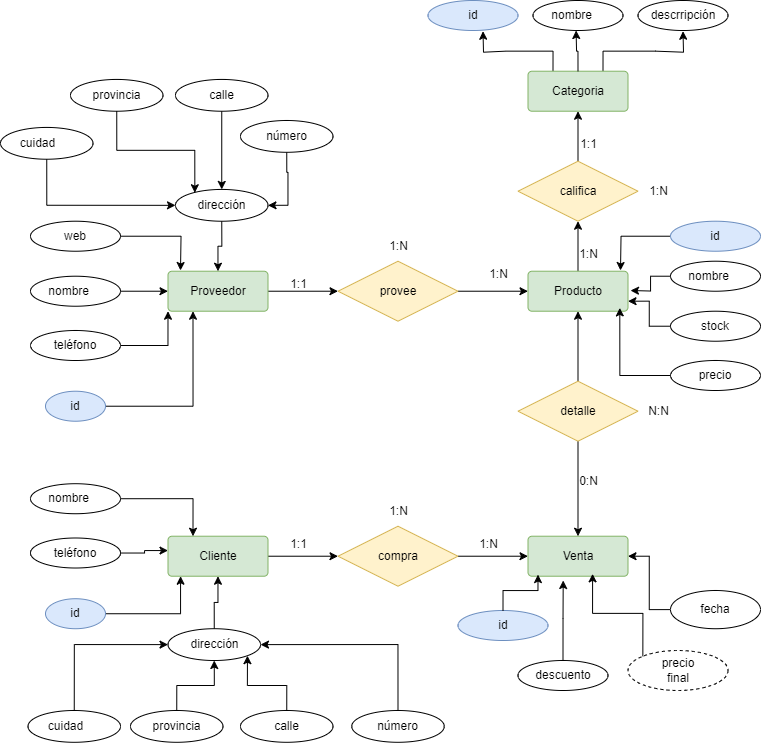
The draw.io diagram Ejercicio2/Ejercicio2-2/ejercicio2.2.drawio.png in SaulHdez93/BAE, before a commit. Source tidied: cells renumbered, new cells last; positions are measured from the earlier drawing's top-left corner, leaving out a move shared by most shapes.
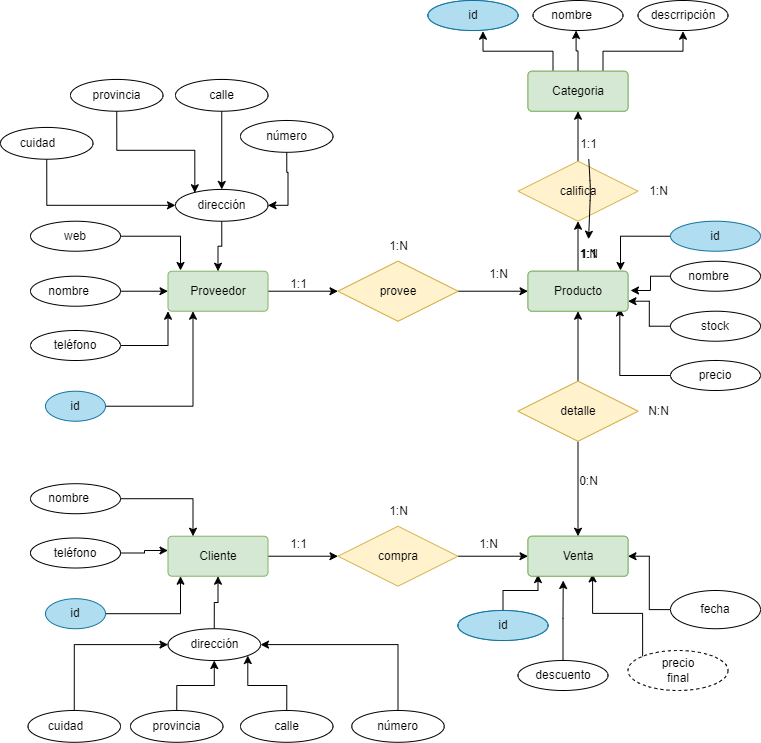
Above is the later version.

Diff of the diagram source:
```diff
@@ -11,13 +11,13 @@
     <mxCell id="4" style="edgeStyle=orthogonalEdgeStyle;rounded=0;jettySize=auto;html=1;" parent="1" edge="1" source="5" target="18">
       <mxGeometry relative="1" as="geometry" />
     </mxCell>
-    <mxCell id="5" value="Proveedor" style="rounded=1;arcSize=10;whiteSpace=wrap;html=1;align=center;fillColor=#d5e8d4;strokeColor=#82b366;" parent="1" vertex="1">
+    <mxCell id="5" value="Proveedor" style="rounded=1;arcSize=10;whiteSpace=wrap;html=1;align=center;fillColor=#d5e8d4;strokeColor=#82b366;fontColor=#000000;" parent="1" vertex="1">
       <mxGeometry x="167.5" y="270.7" width="100" height="40" as="geometry" />
     </mxCell>
     <mxCell id="6" style="edgeStyle=orthogonalEdgeStyle;rounded=0;jettySize=auto;html=1;" parent="1" edge="1" source="7" target="20">
       <mxGeometry relative="1" as="geometry" />
     </mxCell>
-    <mxCell id="7" value="Cliente" style="rounded=1;arcSize=10;whiteSpace=wrap;html=1;align=center;fillColor=#d5e8d4;strokeColor=#82b366;" parent="1" vertex="1">
+    <mxCell id="7" value="Cliente" style="rounded=1;arcSize=10;whiteSpace=wrap;html=1;align=center;fillColor=#d5e8d4;strokeColor=#82b366;fontColor=#000000;" parent="1" vertex="1">
       <mxGeometry x="167.5" y="535.7" width="100" height="40" as="geometry" />
     </mxCell>
     <mxCell id="8" value="Venta" style="rounded=1;arcSize=10;whiteSpace=wrap;html=1;align=center;fillColor=#d5e8d4;strokeColor=#82b366;" parent="1" vertex="1">
@@ -35,7 +35,7 @@
     <mxCell id="12" style="edgeStyle=orthogonalEdgeStyle;rounded=0;jettySize=auto;html=1;" parent="1" edge="1" source="13" target="16">
       <mxGeometry relative="1" as="geometry" />
     </mxCell>
-    <mxCell id="13" value="califica" style="shape=rhombus;perimeter=rhombusPerimeter;whiteSpace=wrap;html=1;align=center;fillColor=#fff2cc;strokeColor=#d6b656;" parent="1" vertex="1">
+    <mxCell id="13" value="califica" style="shape=rhombus;perimeter=rhombusPerimeter;whiteSpace=wrap;html=1;align=center;fillColor=#fff2cc;strokeColor=#d6b656;fontColor=#000000;" parent="1" vertex="1">
       <mxGeometry x="517.5" y="160.7" width="120" height="60" as="geometry" />
     </mxCell>
     <mxCell id="14" style="edgeStyle=orthogonalEdgeStyle;rounded=0;jettySize=auto;html=1;exitX=0.25;exitY=0;exitDx=0;exitDy=0;entryX=0.5;entryY=1;entryDx=0;entryDy=0;" parent="1" edge="1" source="16">
@@ -60,7 +60,7 @@
     <mxCell id="19" style="edgeStyle=orthogonalEdgeStyle;rounded=0;jettySize=auto;html=1;" parent="1" edge="1" source="20" target="8">
       <mxGeometry relative="1" as="geometry" />
     </mxCell>
-    <mxCell id="20" value="compra" style="shape=rhombus;perimeter=rhombusPerimeter;whiteSpace=wrap;html=1;align=center;fillColor=#fff2cc;strokeColor=#d6b656;" parent="1" vertex="1">
+    <mxCell id="20" value="compra" style="shape=rhombus;perimeter=rhombusPerimeter;whiteSpace=wrap;html=1;align=center;fillColor=#fff2cc;strokeColor=#d6b656;fontColor=#000000;" parent="1" vertex="1">
       <mxGeometry x="337.5" y="525.7" width="120" height="60" as="geometry" />
     </mxCell>
     <mxCell id="21" value="1:1" style="text;html=1;align=center;verticalAlign=middle;strokeColor=none;fillColor=none;" parent="1" vertex="1">
@@ -90,13 +90,20 @@
     <mxCell id="29" value="1:N" style="text;html=1;align=center;verticalAlign=middle;strokeColor=none;fillColor=none;" parent="1" vertex="1">
       <mxGeometry x="567.5" y="238.7" width="40" height="30" as="geometry" />
     </mxCell>
+    <mxCell id="86" style="edgeStyle=none;html=1;" parent="1" edge="1" source="30" target="90">
+      <mxGeometry relative="1" as="geometry">
+        <Array as="points">
+          <mxPoint x="590" y="190" />
+        </Array>
+      </mxGeometry>
+    </mxCell>
     <mxCell id="30" value="1:1" style="text;html=1;align=center;verticalAlign=middle;points=[];strokeColor=none;fillColor=none;" parent="1" vertex="1">
       <mxGeometry x="567.5" y="128.7" width="40" height="30" as="geometry" />
     </mxCell>
     <mxCell id="31" value="1:N" style="text;html=1;align=center;verticalAlign=middle;strokeColor=none;fillColor=none;" parent="1" vertex="1">
       <mxGeometry x="637.5" y="175.7" width="40" height="30" as="geometry" />
     </mxCell>
-    <mxCell id="32" value="id" style="ellipse;whiteSpace=wrap;html=1;align=center;fillColor=#dae8fc;strokeColor=#6c8ebf;" parent="1" vertex="1">
+    <mxCell id="32" value="id" style="ellipse;whiteSpace=wrap;html=1;align=center;fillColor=#b1ddf0;strokeColor=#10739e;" parent="1" vertex="1">
       <mxGeometry x="427.5" width="90" height="30" as="geometry" />
     </mxCell>
     <mxCell id="33" value="nombre&lt;span style=&quot;white-space: pre;&quot;&gt;&#9;&lt;/span&gt;" style="ellipse;whiteSpace=wrap;html=1;align=center;" parent="1" vertex="1">
@@ -113,7 +120,7 @@
     <mxCell id="36" style="edgeStyle=orthogonalEdgeStyle;rounded=0;jettySize=auto;html=1;exitX=1;exitY=0.5;exitDx=0;exitDy=0;entryX=0.25;entryY=1;entryDx=0;entryDy=0;" parent="1" edge="1" source="37" target="5">
       <mxGeometry relative="1" as="geometry" />
     </mxCell>
-    <mxCell id="37" value="id" style="ellipse;whiteSpace=wrap;html=1;align=center;fillColor=#dae8fc;strokeColor=#6c8ebf;" parent="1" vertex="1">
+    <mxCell id="37" value="id" style="ellipse;whiteSpace=wrap;html=1;align=center;fillColor=#b1ddf0;strokeColor=#10739e;fontColor=#000000;" parent="1" vertex="1">
       <mxGeometry x="45" y="390.7" width="60" height="30" as="geometry" />
     </mxCell>
     <mxCell id="38" style="edgeStyle=orthogonalEdgeStyle;rounded=0;jettySize=auto;html=1;" parent="1" edge="1" source="39" target="5">
@@ -143,7 +150,7 @@
         </Array>
       </mxGeometry>
     </mxCell>
-    <mxCell id="45" value="id" style="ellipse;whiteSpace=wrap;html=1;align=center;fillColor=#dae8fc;strokeColor=#6c8ebf;" parent="1" vertex="1">
+    <mxCell id="45" value="id" style="ellipse;whiteSpace=wrap;html=1;align=center;fillColor=#b1ddf0;strokeColor=#10739e;fontColor=#000000;" parent="1" vertex="1">
       <mxGeometry x="45" y="598.2" width="60" height="30" as="geometry" />
     </mxCell>
     <mxCell id="46" style="edgeStyle=orthogonalEdgeStyle;rounded=0;jettySize=auto;html=1;exitX=1;exitY=0.5;exitDx=0;exitDy=0;entryX=0.25;entryY=0;entryDx=0;entryDy=0;" parent="1" edge="1" source="47" target="7">
@@ -228,7 +235,7 @@
         <mxPoint x="620" y="270" as="targetPoint" />
       </mxGeometry>
     </mxCell>
-    <mxCell id="71" value="id" style="ellipse;whiteSpace=wrap;html=1;align=center;fillColor=#dae8fc;strokeColor=#6c8ebf;" parent="1" vertex="1">
+    <mxCell id="71" value="id" style="ellipse;whiteSpace=wrap;html=1;align=center;fillColor=#b1ddf0;strokeColor=#10739e;fontColor=#000000;" parent="1" vertex="1">
       <mxGeometry x="670" y="220.7" width="90" height="30" as="geometry" />
     </mxCell>
     <mxCell id="72" style="edgeStyle=orthogonalEdgeStyle;rounded=0;jettySize=auto;html=1;exitX=0;exitY=0.5;exitDx=0;exitDy=0;" parent="1" edge="1" source="73">
@@ -251,7 +258,7 @@
     <mxCell id="77" style="edgeStyle=orthogonalEdgeStyle;rounded=0;jettySize=auto;html=1;exitX=0;exitY=0.5;exitDx=0;exitDy=0;entryX=0.918;entryY=0.917;entryDx=0;entryDy=0;entryPerimeter=0;" parent="1" edge="1" source="76" target="3">
       <mxGeometry relative="1" as="geometry" />
     </mxCell>
-    <mxCell id="78" value="id" style="ellipse;whiteSpace=wrap;html=1;align=center;fillColor=#dae8fc;strokeColor=#6c8ebf;" parent="1" vertex="1">
+    <mxCell id="78" value="id" style="ellipse;whiteSpace=wrap;html=1;align=center;fillColor=#b1ddf0;strokeColor=#10739e;" parent="1" vertex="1">
       <mxGeometry x="457.5" y="610" width="90" height="30" as="geometry" />
     </mxCell>
     <mxCell id="79" style="edgeStyle=orthogonalEdgeStyle;rounded=0;jettySize=auto;html=1;exitX=0;exitY=0.5;exitDx=0;exitDy=0;entryX=1;entryY=0.5;entryDx=0;entryDy=0;" parent="1" edge="1" source="80" target="8">
@@ -275,5 +282,32 @@
     <mxCell id="85" style="edgeStyle=orthogonalEdgeStyle;rounded=0;jettySize=auto;html=1;exitX=0;exitY=0;exitDx=0;exitDy=0;entryX=0.646;entryY=0.94;entryDx=0;entryDy=0;entryPerimeter=0;" parent="1" edge="1" source="82" target="8">
       <mxGeometry relative="1" as="geometry" />
     </mxCell>
+    <mxCell id="87" value="id" style="ellipse;whiteSpace=wrap;html=1;align=center;fillColor=#b1ddf0;strokeColor=#10739e;fontColor=#000000;" parent="1" vertex="1">
+      <mxGeometry x="457.5" y="610" width="90" height="30" as="geometry" />
+    </mxCell>
+    <mxCell id="88" value="Venta" style="rounded=1;arcSize=10;whiteSpace=wrap;html=1;align=center;fillColor=#d5e8d4;strokeColor=#82b366;fontColor=#000000;" parent="1" vertex="1">
+      <mxGeometry x="527.5" y="535.7" width="100" height="40" as="geometry" />
+    </mxCell>
+    <mxCell id="89" value="detalle" style="shape=rhombus;perimeter=rhombusPerimeter;whiteSpace=wrap;html=1;align=center;fillColor=#fff2cc;strokeColor=#d6b656;fontColor=#000000;" parent="1" vertex="1">
+      <mxGeometry x="517.5" y="380.7" width="120" height="60" as="geometry" />
+    </mxCell>
+    <mxCell id="90" value="1:1" style="text;html=1;align=center;verticalAlign=middle;points=[];strokeColor=none;fillColor=none;" parent="1" vertex="1">
+      <mxGeometry x="567.5" y="238.7" width="40" height="30" as="geometry" />
+    </mxCell>
+    <mxCell id="91" value="1:1" style="text;html=1;align=center;verticalAlign=middle;strokeColor=none;fillColor=none;fontColor=#000000;" parent="1" vertex="1">
+      <mxGeometry x="567.5" y="238.7" width="40" height="30" as="geometry" />
+    </mxCell>
+    <mxCell id="92" value="Producto" style="rounded=1;arcSize=10;whiteSpace=wrap;html=1;align=center;fillColor=#d5e8d4;strokeColor=#82b366;fontColor=#000000;" parent="1" vertex="1">
+      <mxGeometry x="527.5" y="270.7" width="100" height="40" as="geometry" />
+    </mxCell>
+    <mxCell id="93" value="provee" style="shape=rhombus;perimeter=rhombusPerimeter;whiteSpace=wrap;html=1;align=center;fillColor=#fff2cc;strokeColor=#d6b656;fontColor=#000000;" parent="1" vertex="1">
+      <mxGeometry x="337.5" y="260.7" width="120" height="60" as="geometry" />
+    </mxCell>
+    <mxCell id="94" value="Categoria" style="rounded=1;arcSize=10;whiteSpace=wrap;html=1;align=center;fillColor=#d5e8d4;strokeColor=#82b366;fontColor=#000000;" parent="1" vertex="1">
+      <mxGeometry x="527.5" y="70.7" width="100" height="40" as="geometry" />
+    </mxCell>
+    <mxCell id="95" value="id" style="ellipse;whiteSpace=wrap;html=1;align=center;fillColor=#b1ddf0;strokeColor=#10739e;fontColor=#000000;" parent="1" vertex="1">
+      <mxGeometry x="427.5" width="90" height="30" as="geometry" />
+    </mxCell>
   </root>
 </mxGraphModel>
```
